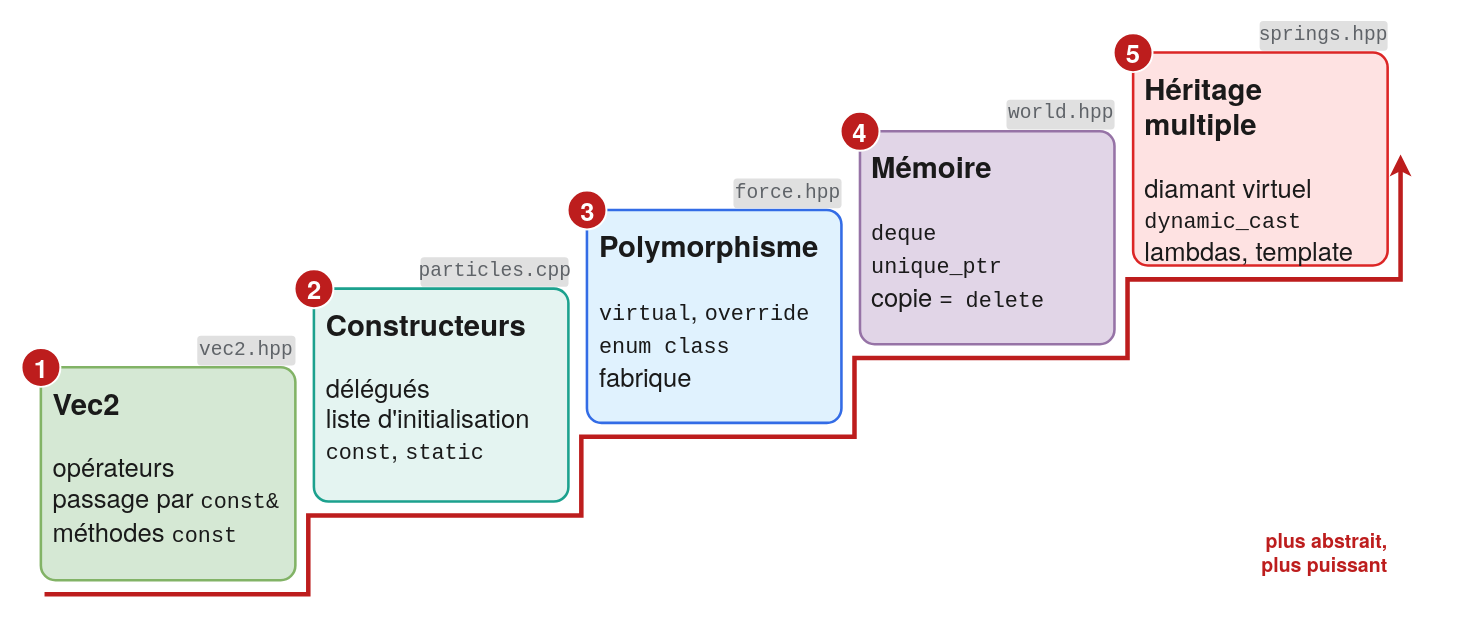
This is assets/presentation/schemas/notions.drawio from Audr1c/POOProject, a draw.io file, before an edit. Source tidied: cells renumbered, new cells numbered last; positions are measured from the earlier drawing's top-left corner, leaving out a move shared by most shapes. Both pictures are drawn from the tidied source at 122%, with x=0, y=0 at pixel (21, 21).
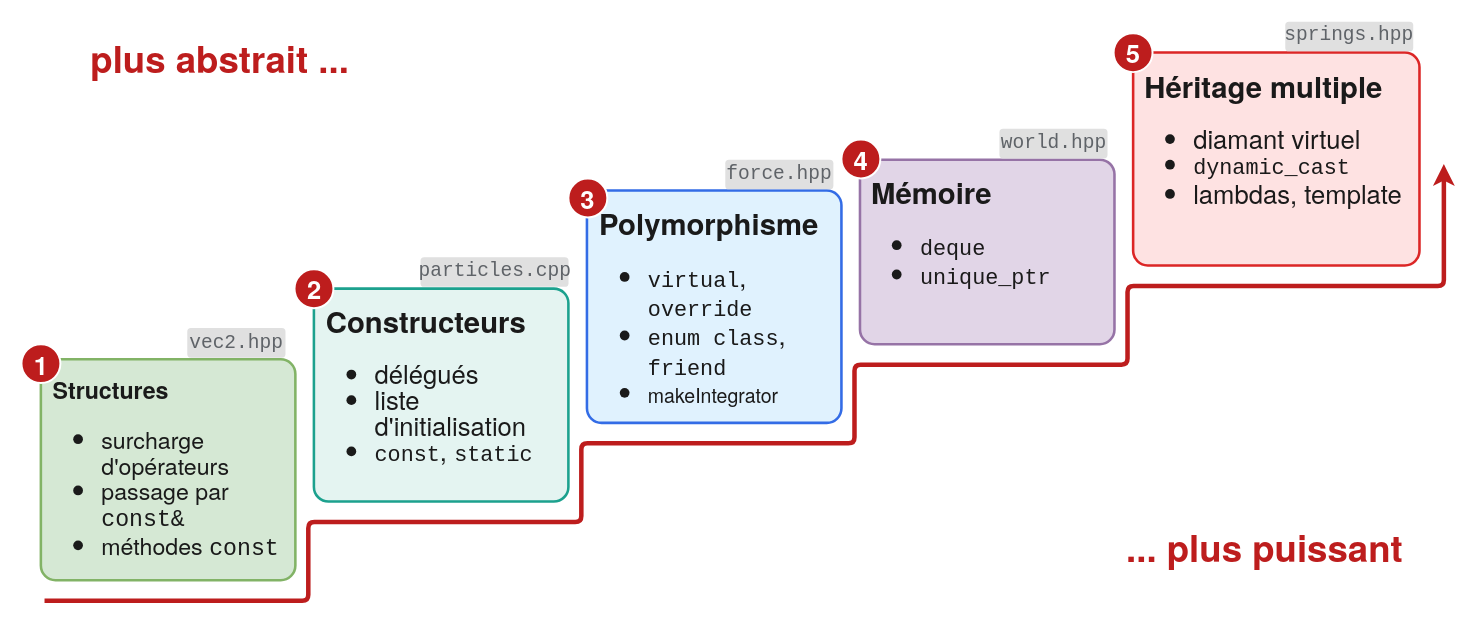
The same page after the edit.

The edit, as a diff of the source:
```diff
@@
-    <mxCell id="2" value="&lt;b&gt;&lt;span style=&quot;font-size:24px&quot;&gt;Vec2&lt;/span&gt;&lt;/b&gt;&lt;br&gt;&lt;br&gt;opérateurs&lt;br&gt;passage par &lt;span style=&quot;font-family:Fira Mono,Consolas,monospace;font-size:85%&quot;&gt;const&amp;amp;&lt;/span&gt;&lt;br&gt;méthodes &lt;span style=&quot;font-family:Fira Mono,Consolas,monospace;font-size:85%&quot;&gt;const&lt;/span&gt;" style="rounded=1;absoluteArcSize=1;arcSize=24;whiteSpace=wrap;html=1;fillColor=#D5E8D4;strokeColor=#82B366;strokeWidth=2.1;fontFamily=TeX Gyre Heros,Helvetica,Arial;fontSize=21;fontColor=#1A1A1A;align=left;verticalAlign=middle;spacingLeft=6;spacingRight=6;verticalAlign=top;spacingTop=8;spacingLeft=8;" parent="1" vertex="1">
-      <mxGeometry x="16" y="283.6" width="208.6" height="174.5" as="geometry" />
+    <mxCell id="2" value="&lt;div style=&quot;line-height: 90%;&quot;&gt;&lt;font style=&quot;font-size: 19px; line-height: 90%;&quot;&gt;&lt;b&gt;Structures&lt;/b&gt;&lt;br&gt;&lt;/font&gt;&lt;div&gt;&lt;ul style=&quot;line-height: 100%;&quot;&gt;&lt;li&gt;&lt;font style=&quot;font-size: 19px; line-height: 100%;&quot;&gt;surcharge d'opérateurs&lt;/font&gt;&lt;/li&gt;&lt;li&gt;&lt;font style=&quot;font-size: 19px; line-height: 100%;&quot;&gt;passage par &lt;span style=&quot;font-family: &amp;quot;Fira Mono&amp;quot;, Consolas, monospace;&quot;&gt;const&amp;amp;&lt;/span&gt;&lt;/font&gt;&lt;/li&gt;&lt;li&gt;&lt;font style=&quot;font-size: 19px; line-height: 100%;&quot;&gt;méthodes &lt;span style=&quot;font-family: &amp;quot;Fira Mono&amp;quot;, Consolas, monospace;&quot;&gt;const&lt;/span&gt;&lt;/font&gt;&lt;/li&gt;&lt;/ul&gt;&lt;/div&gt;&lt;/div&gt;" style="rounded=1;absoluteArcSize=1;arcSize=24;whiteSpace=wrap;html=1;fillColor=#D5E8D4;strokeColor=#82B366;strokeWidth=2.1;fontFamily=TeX Gyre Heros,Helvetica,Arial;fontSize=21;fontColor=#1A1A1A;align=left;verticalAlign=middle;spacingLeft=6;spacingRight=6;verticalAlign=top;spacingTop=8;spacingLeft=8;" parent="1" vertex="1">
+      <mxGeometry x="16" y="277" width="208.6" height="181.1" as="geometry" />
     </mxCell>
     <mxCell id="3" value="1" style="ellipse;html=1;fillColor=#BD1D1D;strokeColor=#FFFFFF;strokeWidth=1.6;fontColor=#FFFFFF;fontFamily=TeX Gyre Heros,Helvetica,Arial;fontSize=21;fontStyle=1;" parent="1" vertex="1">
-      <mxGeometry x="0.1" y="267.7" width="31.9" height="31.9" as="geometry" />
+      <mxGeometry x="0.1" y="264.6" width="31.9" height="31.9" as="geometry" />
     </mxCell>
     <mxCell id="4" value="vec2.hpp" style="rounded=1;absoluteArcSize=1;arcSize=6;html=1;fillColor=#E0E0E0;strokeColor=none;fontFamily=Fira Mono,Consolas,monospace;fontSize=16;fontColor=#5F6368;" parent="1" vertex="1">
-      <mxGeometry x="144.2" y="257.8" width="80.5" height="24.3" as="geometry" />
+      <mxGeometry x="136" y="251.4" width="80.5" height="24.3" as="geometry" />
     </mxCell>
-    <mxCell id="5" value="&lt;b&gt;&lt;span style=&quot;font-size:24px&quot;&gt;Constructeurs&lt;/span&gt;&lt;/b&gt;&lt;br&gt;&lt;br&gt;délégués&lt;br&gt;liste d'initialisation&lt;br&gt;&lt;span style=&quot;font-family:Fira Mono,Consolas,monospace;font-size:85%&quot;&gt;const&lt;/span&gt;, &lt;span style=&quot;font-family:Fira Mono,Consolas,monospace;font-size:85%&quot;&gt;static&lt;/span&gt;" style="rounded=1;absoluteArcSize=1;arcSize=24;whiteSpace=wrap;html=1;fillColor=#E4F4F1;strokeColor=#1CA18E;strokeWidth=2.1;fontFamily=TeX Gyre Heros,Helvetica,Arial;fontSize=21;fontColor=#1A1A1A;align=left;verticalAlign=middle;spacingLeft=6;spacingRight=6;verticalAlign=top;spacingTop=8;spacingLeft=8;" parent="1" vertex="1">
+    <mxCell id="5" value="&lt;div style=&quot;line-height: 100%;&quot;&gt;&lt;b&gt;&lt;span style=&quot;font-size: 24px; line-height: 100%;&quot;&gt;Constructeurs&lt;/span&gt;&lt;/b&gt;&lt;br&gt;&lt;ul&gt;&lt;li&gt;délégués&lt;/li&gt;&lt;li&gt;liste d'initialisation&lt;/li&gt;&lt;li&gt;&lt;span style=&quot;font-family: &amp;quot;Fira Mono&amp;quot;, Consolas, monospace; font-size: 85%; line-height: 100%;&quot;&gt;const&lt;/span&gt;, &lt;span style=&quot;font-family: &amp;quot;Fira Mono&amp;quot;, Consolas, monospace; font-size: 85%; line-height: 100%;&quot;&gt;static&lt;/span&gt;&lt;/li&gt;&lt;/ul&gt;&lt;/div&gt;" style="rounded=1;absoluteArcSize=1;arcSize=24;whiteSpace=wrap;html=1;fillColor=#E4F4F1;strokeColor=#1CA18E;strokeWidth=2.1;fontFamily=TeX Gyre Heros,Helvetica,Arial;fontSize=21;fontColor=#1A1A1A;align=left;verticalAlign=middle;spacingLeft=6;spacingRight=6;verticalAlign=top;spacingTop=8;spacingLeft=8;" parent="1" vertex="1">
       <mxGeometry x="239.8" y="219.1" width="208.6" height="174.5" as="geometry" />
     </mxCell>
@@
-    <mxCell id="8" value="&lt;b&gt;&lt;span style=&quot;font-size:24px&quot;&gt;Polymorphisme&lt;/span&gt;&lt;/b&gt;&lt;br&gt;&lt;br&gt;&lt;span style=&quot;font-family:Fira Mono,Consolas,monospace;font-size:85%&quot;&gt;virtual&lt;/span&gt;, &lt;span style=&quot;font-family:Fira Mono,Consolas,monospace;font-size:85%&quot;&gt;override&lt;/span&gt;&lt;br&gt;&lt;span style=&quot;font-family:Fira Mono,Consolas,monospace;font-size:85%&quot;&gt;enum class&lt;/span&gt;&lt;br&gt;fabrique" style="rounded=1;absoluteArcSize=1;arcSize=24;whiteSpace=wrap;html=1;fillColor=#E0F2FE;strokeColor=#336CE6;strokeWidth=2.1;fontFamily=TeX Gyre Heros,Helvetica,Arial;fontSize=21;fontColor=#1A1A1A;align=left;verticalAlign=middle;spacingLeft=6;spacingRight=6;verticalAlign=top;spacingTop=8;spacingLeft=8;" parent="1" vertex="1">
-      <mxGeometry x="463.6" y="154.6" width="208.6" height="174.5" as="geometry" />
+    <mxCell id="8" value="&lt;div style=&quot;line-height: 100%;&quot;&gt;&lt;b&gt;&lt;span style=&quot;font-size: 24px; line-height: 100%;&quot;&gt;Polymorphisme&lt;/span&gt;&lt;/b&gt;&lt;br&gt;&lt;ul&gt;&lt;li&gt;&lt;span style=&quot;font-family: &amp;quot;Fira Mono&amp;quot;, Consolas, monospace; font-size: 85%; line-height: 100%;&quot;&gt;virtual&lt;/span&gt;, &lt;span style=&quot;font-family: &amp;quot;Fira Mono&amp;quot;, Consolas, monospace; font-size: 85%; line-height: 100%;&quot;&gt;override&lt;/span&gt;&lt;/li&gt;&lt;li&gt;&lt;span style=&quot;font-family: &amp;quot;Fira Mono&amp;quot;, Consolas, monospace; font-size: 85%; line-height: 100%;&quot;&gt;enum class&lt;/span&gt;, &lt;span style=&quot;font-family: &amp;quot;Fira Mono&amp;quot;, Consolas, monospace; font-size: 85%; line-height: 100%;&quot;&gt;friend&lt;/span&gt;&lt;/li&gt;&lt;li&gt;&lt;font style=&quot;font-size: 16px;&quot;&gt;makeIntegrator&lt;/font&gt;&lt;/li&gt;&lt;/ul&gt;&lt;/div&gt;" style="rounded=1;absoluteArcSize=1;arcSize=24;whiteSpace=wrap;html=1;fillColor=#E0F2FE;strokeColor=#336CE6;strokeWidth=2.1;fontFamily=TeX Gyre Heros,Helvetica,Arial;fontSize=21;fontColor=#1A1A1A;align=left;verticalAlign=middle;spacingLeft=6;spacingRight=6;verticalAlign=top;spacingTop=8;spacingLeft=8;" parent="1" vertex="1">
+      <mxGeometry x="463.6" y="138.7" width="208.6" height="190.4" as="geometry" />
     </mxCell>
     <mxCell id="9" value="3" style="ellipse;html=1;fillColor=#BD1D1D;strokeColor=#FFFFFF;strokeWidth=1.6;fontColor=#FFFFFF;fontFamily=TeX Gyre Heros,Helvetica,Arial;fontSize=21;fontStyle=1;" parent="1" vertex="1">
-      <mxGeometry x="447.7" y="138.7" width="31.9" height="31.9" as="geometry" />
+      <mxGeometry x="448.4" y="128.8" width="31.9" height="31.9" as="geometry" />
     </mxCell>
     <mxCell id="10" value="force.hpp" style="rounded=1;absoluteArcSize=1;arcSize=6;html=1;fillColor=#E0E0E0;strokeColor=none;fontFamily=Fira Mono,Consolas,monospace;fontSize=16;fontColor=#5F6368;" parent="1" vertex="1">
-      <mxGeometry x="583.7" y="128.8" width="88.6" height="24.3" as="geometry" />
+      <mxGeometry x="577" y="113.4" width="88.6" height="24.3" as="geometry" />
     </mxCell>
-    <mxCell id="11" value="&lt;b&gt;&lt;span style=&quot;font-size:24px&quot;&gt;Mémoire&lt;/span&gt;&lt;/b&gt;&lt;br&gt;&lt;br&gt;&lt;span style=&quot;font-family:Fira Mono,Consolas,monospace;font-size:85%&quot;&gt;deque&lt;/span&gt;&lt;br&gt;&lt;span style=&quot;font-family:Fira Mono,Consolas,monospace;font-size:85%&quot;&gt;unique_ptr&lt;/span&gt;&lt;br&gt;copie &lt;span style=&quot;font-family:Fira Mono,Consolas,monospace;font-size:85%&quot;&gt;= delete&lt;/span&gt;" style="rounded=1;absoluteArcSize=1;arcSize=24;whiteSpace=wrap;html=1;fillColor=#E1D5E7;strokeColor=#9673A6;strokeWidth=2.1;fontFamily=TeX Gyre Heros,Helvetica,Arial;fontSize=21;fontColor=#1A1A1A;align=left;verticalAlign=middle;spacingLeft=6;spacingRight=6;verticalAlign=top;spacingTop=8;spacingLeft=8;" parent="1" vertex="1">
-      <mxGeometry x="687.4" y="90.1" width="208.6" height="174.5" as="geometry" />
+    <mxCell id="11" value="&lt;div style=&quot;line-height: 100%;&quot;&gt;&lt;b&gt;&lt;span style=&quot;font-size: 24px; line-height: 100%;&quot;&gt;Mémoire&lt;/span&gt;&lt;/b&gt;&lt;br&gt;&lt;ul&gt;&lt;li&gt;&lt;span style=&quot;font-family: &amp;quot;Fira Mono&amp;quot;, Consolas, monospace; font-size: 85%; line-height: 100%;&quot;&gt;deque&lt;/span&gt;&amp;nbsp;&lt;/li&gt;&lt;li&gt;&lt;span style=&quot;font-family: &amp;quot;Fira Mono&amp;quot;, Consolas, monospace; font-size: 85%; line-height: 100%;&quot;&gt;unique_ptr&lt;/span&gt;&lt;/li&gt;&lt;/ul&gt;&lt;/div&gt;&lt;div style=&quot;line-height: 100%;&quot;&gt;&lt;br&gt;&lt;/div&gt;" style="rounded=1;absoluteArcSize=1;arcSize=24;whiteSpace=wrap;html=1;fillColor=#E1D5E7;strokeColor=#9673A6;strokeWidth=2.1;fontFamily=TeX Gyre Heros,Helvetica,Arial;fontSize=21;fontColor=#1A1A1A;align=left;verticalAlign=middle;spacingLeft=6;spacingRight=6;verticalAlign=top;spacingTop=8;spacingLeft=8;" parent="1" vertex="1">
+      <mxGeometry x="687.4" y="113.4" width="208.6" height="151.2" as="geometry" />
     </mxCell>
     <mxCell id="12" value="4" style="ellipse;html=1;fillColor=#BD1D1D;strokeColor=#FFFFFF;strokeWidth=1.6;fontColor=#FFFFFF;fontFamily=TeX Gyre Heros,Helvetica,Arial;fontSize=21;fontStyle=1;" parent="1" vertex="1">
-      <mxGeometry x="671.5" y="74.2" width="31.9" height="31.9" as="geometry" />
+      <mxGeometry x="672.2" y="96.9" width="31.9" height="31.9" as="geometry" />
     </mxCell>
     <mxCell id="13" value="world.hpp" style="rounded=1;absoluteArcSize=1;arcSize=6;html=1;fillColor=#E0E0E0;strokeColor=none;fontFamily=Fira Mono,Consolas,monospace;fontSize=16;fontColor=#5F6368;" parent="1" vertex="1">
-      <mxGeometry x="807.5" y="64.3" width="88.6" height="24.3" as="geometry" />
+      <mxGeometry x="801.7" y="88.1" width="88.6" height="24.3" as="geometry" />
     </mxCell>
-    <mxCell id="14" value="&lt;b&gt;&lt;span style=&quot;font-size:24px&quot;&gt;Héritage&lt;br&gt;multiple&lt;/span&gt;&lt;/b&gt;&lt;br&gt;&lt;br&gt;diamant virtuel&lt;br&gt;&lt;span style=&quot;font-family:Fira Mono,Consolas,monospace;font-size:85%&quot;&gt;dynamic_cast&lt;/span&gt;&lt;br&gt;lambdas, template" style="rounded=1;absoluteArcSize=1;arcSize=24;whiteSpace=wrap;html=1;fillColor=#FEE2E2;strokeColor=#DC2626;strokeWidth=2.1;fontFamily=TeX Gyre Heros,Helvetica,Arial;fontSize=21;fontColor=#1A1A1A;align=left;verticalAlign=middle;spacingLeft=6;spacingRight=6;verticalAlign=top;spacingTop=8;spacingLeft=8;" parent="1" vertex="1">
-      <mxGeometry x="911.3" y="25.6" width="208.6" height="174.5" as="geometry" />
+    <mxCell id="14" value="&lt;div style=&quot;line-height: 100%;&quot;&gt;&lt;b&gt;&lt;span style=&quot;font-size: 24px; line-height: 100%;&quot;&gt;Héritage multiple&lt;/span&gt;&lt;/b&gt;&lt;br&gt;&lt;ul&gt;&lt;li&gt;diamant virtuel&lt;/li&gt;&lt;li&gt;&lt;span style=&quot;font-family: &amp;quot;Fira Mono&amp;quot;, Consolas, monospace; font-size: 85%; line-height: 100%;&quot;&gt;dynamic_cast&lt;/span&gt;&lt;/li&gt;&lt;li&gt;lambdas, template&lt;/li&gt;&lt;/ul&gt;&lt;/div&gt;" style="rounded=1;absoluteArcSize=1;arcSize=24;whiteSpace=wrap;html=1;fillColor=#FEE2E2;strokeColor=#DC2626;strokeWidth=2.1;fontFamily=TeX Gyre Heros,Helvetica,Arial;fontSize=21;fontColor=#1A1A1A;align=left;verticalAlign=middle;spacingLeft=6;spacingRight=6;verticalAlign=top;spacingTop=8;spacingLeft=8;" parent="1" vertex="1">
+      <mxGeometry x="911.3" y="25.6" width="234.7" height="174.5" as="geometry" />
     </mxCell>
@@
     <mxCell id="16" value="springs.hpp" style="rounded=1;absoluteArcSize=1;arcSize=6;html=1;fillColor=#E0E0E0;strokeColor=none;fontFamily=Fira Mono,Consolas,monospace;fontSize=16;fontColor=#5F6368;" parent="1" vertex="1">
-      <mxGeometry x="1015" y="-0.2" width="104.9" height="24.3" as="geometry" />
+      <mxGeometry x="1036" y="0.3" width="104.9" height="24.3" as="geometry" />
     </mxCell>
-    <mxCell id="17" style="edgeStyle=none;html=1;rounded=0;strokeColor=#BD1D1D;strokeWidth=2.1;endArrow=classic;endFill=1;strokeWidth=3.7;flowAnimation=0;followTerminals=0;shadow=0;orthogonal=0;orthogonalLoop=0;" parent="1" edge="1">
-      <mxGeometry relative="1" as="geometry">
-        <mxPoint x="19" y="469.5" as="sourcePoint" />
-        <mxPoint x="1130.5" y="109.1" as="targetPoint" />
+    <mxCell id="17" style="edgeStyle=none;html=1;rounded=1;strokeColor=#BD1D1D;strokeWidth=2.1;endArrow=classic;endFill=1;strokeWidth=3.7;flowAnimation=0;followTerminals=0;shadow=0;orthogonal=0;orthogonalLoop=0;curved=0;arcSize=10;" parent="1" edge="1">
+      <mxGeometry x="-0.02" relative="1" as="geometry">
+        <mxPoint x="19" y="474.9" as="sourcePoint" />
+        <mxPoint x="1166" y="117" as="targetPoint" />
         <Array as="points">
-          <mxPoint x="235.2" y="469.5" />
-          <mxPoint x="235.2" y="405" />
-          <mxPoint x="459" y="405" />
-          <mxPoint x="459" y="340.5" />
-          <mxPoint x="682.9" y="340.5" />
-          <mxPoint x="682.9" y="276" />
-          <mxPoint x="906.7" y="276" />
-          <mxPoint x="906.7" y="211.5" />
-          <mxPoint x="1130.5" y="211.5" />
+          <mxPoint x="235.2" y="474.9" />
+          <mxPoint x="235.2" y="410.4" />
+          <mxPoint x="459" y="410.4" />
+          <mxPoint x="459" y="345.9" />
+          <mxPoint x="682.9" y="345.9" />
+          <mxPoint x="682.9" y="281.4" />
+          <mxPoint x="906.7" y="281.4" />
+          <mxPoint x="906.7" y="216.9" />
+          <mxPoint x="1166" y="217" />
         </Array>
       </mxGeometry>
     </mxCell>
-    <mxCell id="18" value="&lt;b&gt;plus abstrait,&lt;br&gt;plus puissant&lt;/b&gt;" style="text;html=1;whiteSpace=wrap;align=right;verticalAlign=middle;fontFamily=TeX Gyre Heros,Helvetica,Arial;fontSize=16;fontColor=#BD1D1D;spacing=0;" parent="1" vertex="1">
-      <mxGeometry x="985.7" y="412.3" width="134.2" height="46.1" as="geometry" />
-    </mxCell>
+    <mxCell id="19" value="&lt;b&gt;&lt;font style=&quot;font-size: 30px;&quot;&gt;plus abstrait ...&lt;/font&gt;&lt;/b&gt;" style="text;html=1;whiteSpace=wrap;align=center;verticalAlign=middle;fontFamily=TeX Gyre Heros,Helvetica,Arial;fontSize=26;fontColor=#BD1D1D;spacing=0;" parent="1" vertex="1">
+      <mxGeometry x="56" y="9.7" width="214.3" height="39.9" as="geometry" />
+    </mxCell>
+    <mxCell id="20" value="&lt;b style=&quot;forced-color-adjust: none; color: rgb(189, 29, 29); font-family: &amp;quot;TeX Gyre Heros&amp;quot;, Helvetica, Arial; font-size: 26px; font-style: normal; font-variant-ligatures: normal; font-variant-caps: normal; letter-spacing: normal; orphans: 2; text-align: center; text-indent: 0px; text-transform: none; widows: 2; word-spacing: 0px; -webkit-text-stroke-width: 0px; white-space: normal; text-decoration-thickness: initial; text-decoration-style: initial; text-decoration-color: initial;&quot;&gt;&lt;font style=&quot;forced-color-adjust: none; font-size: 30px;&quot;&gt;... plus &lt;span&gt;puissant&lt;/span&gt;&amp;nbsp;&lt;/font&gt;&lt;/b&gt;" style="text;whiteSpace=wrap;html=1;" parent="1" vertex="1">
+      <mxGeometry x="903.6" y="407" width="250" height="60" as="geometry" />
+    </mxCell>
```
